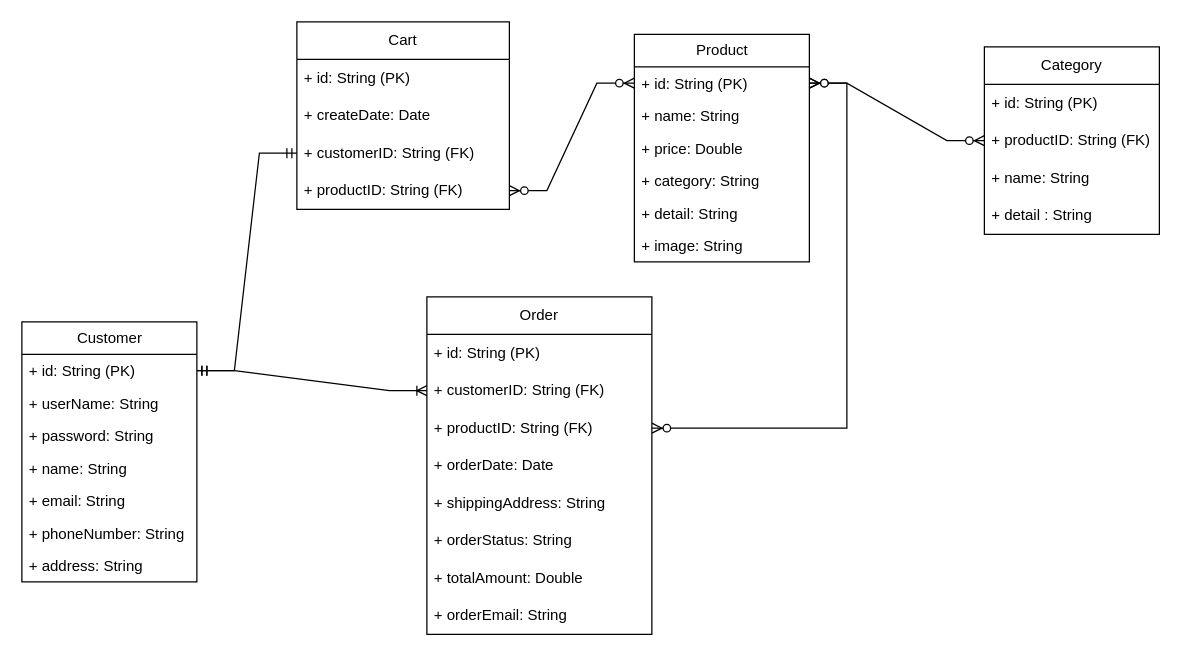
Above: Ecommerce/Ecommerce/Biểu đồ không có tiêu đề.drawio in cuongle2503/E-Commerce (draw.io), before the change. Source tidied: cells renumbered, new cells numbered last; positions are measured from the earlier drawing's top-left corner, leaving out a move shared by most shapes. Both pictures are drawn from the tidied source at 125%, with x=0, y=0 at pixel (21, 21).
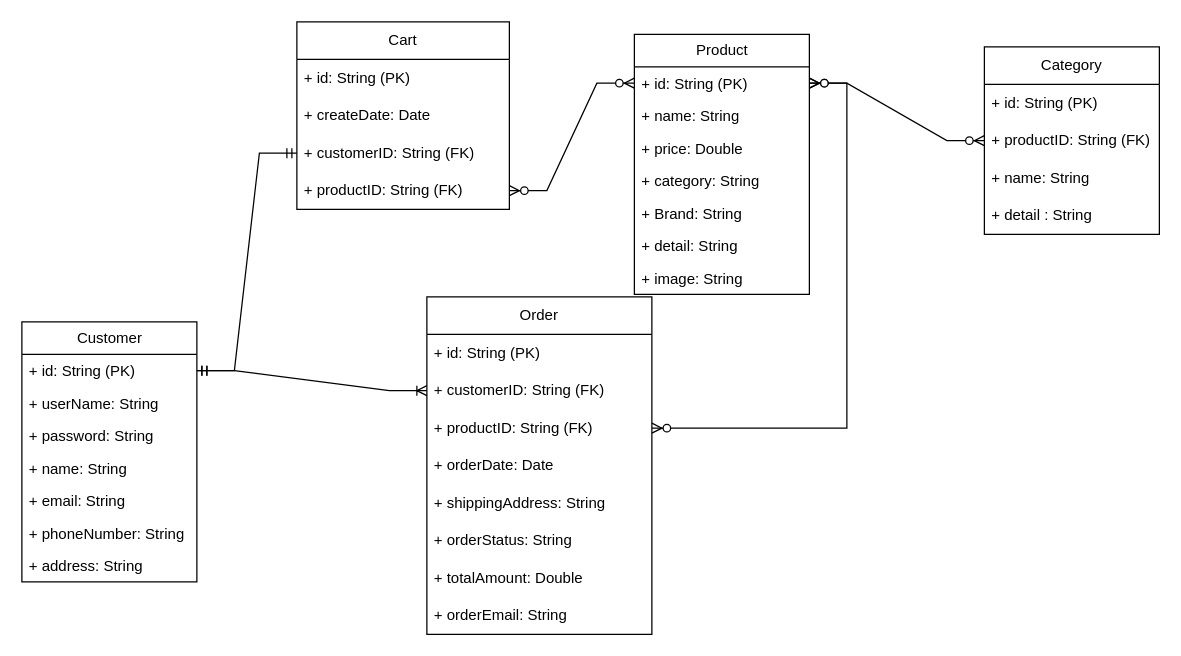
After the change.

Diff of the diagram source:
```diff
@@
     <mxCell id="10" value="Product" style="swimlane;fontStyle=0;horizontal=1;startSize=26;fillColor=none;html=1;" parent="1" vertex="1">
-      <mxGeometry x="490" y="10" width="140" height="182" as="geometry" />
+      <mxGeometry x="490" y="10" width="140" height="208" as="geometry" />
     </mxCell>
@@
+    <mxCell id="41" value="+ Brand: String" style="text;strokeColor=none;fillColor=none;align=left;verticalAlign=top;spacingLeft=4;spacingRight=4;overflow=hidden;whiteSpace=wrap;html=1;" parent="10" vertex="1">
+      <mxGeometry y="130" width="140" height="26" as="geometry" />
+    </mxCell>
     <mxCell id="15" value="+ detail: String" style="text;strokeColor=none;fillColor=none;align=left;verticalAlign=top;spacingLeft=4;spacingRight=4;overflow=hidden;whiteSpace=wrap;html=1;" parent="10" vertex="1">
-      <mxGeometry y="130" width="140" height="26" as="geometry" />
+      <mxGeometry y="156" width="140" height="26" as="geometry" />
     </mxCell>
     <mxCell id="16" value="+ image: String" style="text;strokeColor=none;fillColor=none;align=left;verticalAlign=top;spacingLeft=4;spacingRight=4;overflow=hidden;whiteSpace=wrap;html=1;" parent="10" vertex="1">
-      <mxGeometry y="156" width="140" height="26" as="geometry" />
+      <mxGeometry y="182" width="140" height="26" as="geometry" />
     </mxCell>
```
